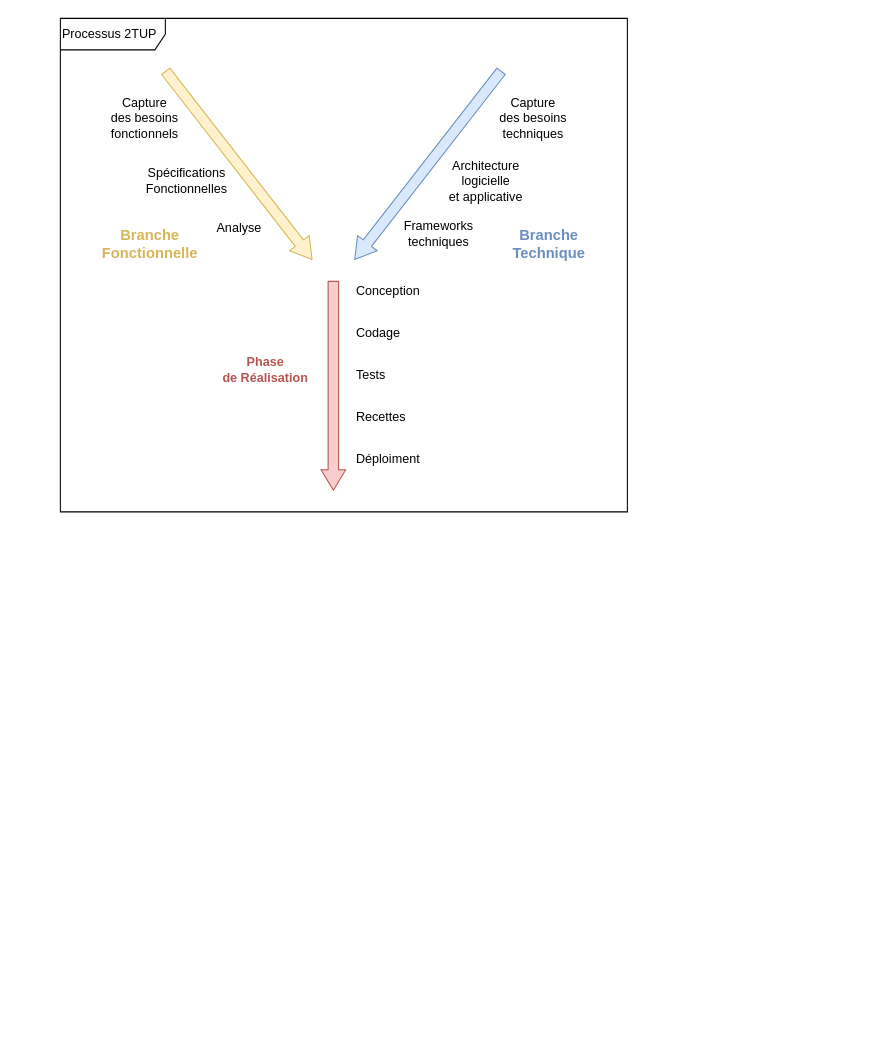
Earlier version of the draw.io diagram page "Page-14" (14 of 14) of Untitled Diagram.drawio (Samet-MohamedAmin/rapport_pfe). Source tidied: cells renumbered, new cells numbered last; positions are measured from the earlier drawing's top-left corner, leaving out a move shared by most shapes. Both pictures are drawn from the tidied source at 105%, with x=0, y=0 at pixel (60, 18).
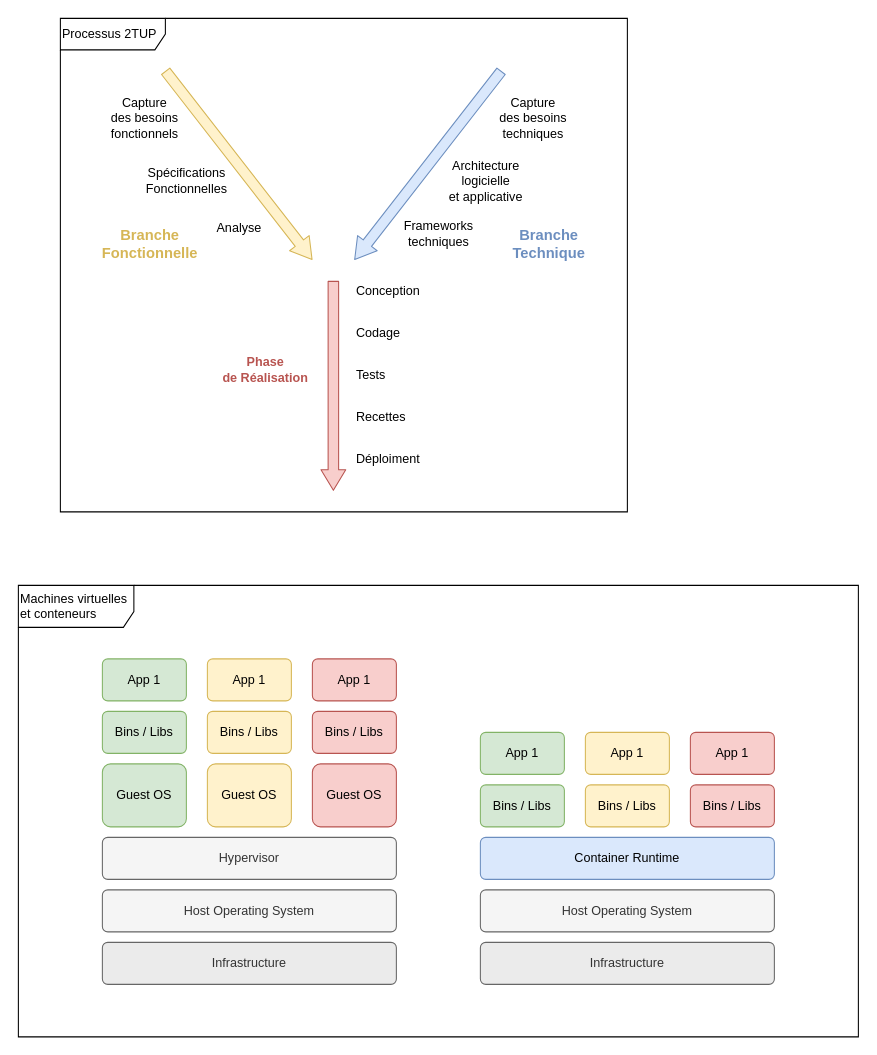
Above is the later version.

What changed in the source:
```diff
@@
+    <mxCell id="20" value="Machines virtuelles et conteneurs" style="shape=umlFrame;whiteSpace=wrap;html=1;align=left;width=110;height=40;" parent="1" vertex="1">
+      <mxGeometry x="-40" y="540" width="800" height="430" as="geometry" />
+    </mxCell>
@@
+    <mxCell id="21" value="&lt;div align=&quot;center&quot;&gt;Infrastructure&lt;/div&gt;" style="rounded=1;whiteSpace=wrap;html=1;align=center;strokeColor=#666666;fontColor=#333333;arcSize=13;fillColor=#EBEBEB;" parent="1" vertex="1">
+      <mxGeometry x="40" y="880" width="280" height="40" as="geometry" />
+    </mxCell>
+    <mxCell id="22" value="Host Operating System" style="rounded=1;whiteSpace=wrap;html=1;align=center;strokeColor=#666666;fontColor=#333333;arcSize=13;fillColor=#f5f5f5;" parent="1" vertex="1">
+      <mxGeometry x="40" y="830" width="280" height="40" as="geometry" />
+    </mxCell>
+    <mxCell id="23" value="Hypervisor" style="rounded=1;whiteSpace=wrap;html=1;align=center;strokeColor=#666666;fontColor=#333333;arcSize=13;fillColor=#f5f5f5;" parent="1" vertex="1">
+      <mxGeometry x="40" y="780" width="280" height="40" as="geometry" />
+    </mxCell>
+    <mxCell id="24" value="Guest OS" style="rounded=1;whiteSpace=wrap;html=1;align=center;strokeColor=#82b366;arcSize=13;fillColor=#d5e8d4;" parent="1" vertex="1">
+      <mxGeometry x="40" y="710" width="80" height="60" as="geometry" />
+    </mxCell>
+    <mxCell id="25" value="Bins / Libs" style="rounded=1;whiteSpace=wrap;html=1;align=center;strokeColor=#82b366;arcSize=13;fillColor=#d5e8d4;" parent="1" vertex="1">
+      <mxGeometry x="40" y="660" width="80" height="40" as="geometry" />
+    </mxCell>
+    <mxCell id="26" value="App 1" style="rounded=1;whiteSpace=wrap;html=1;align=center;strokeColor=#82b366;arcSize=13;fillColor=#d5e8d4;" parent="1" vertex="1">
+      <mxGeometry x="40" y="610" width="80" height="40" as="geometry" />
+    </mxCell>
+    <mxCell id="27" value="Guest OS" style="rounded=1;whiteSpace=wrap;html=1;align=center;strokeColor=#d6b656;arcSize=13;fillColor=#fff2cc;" parent="1" vertex="1">
+      <mxGeometry x="140" y="710" width="80" height="60" as="geometry" />
+    </mxCell>
+    <mxCell id="28" value="Bins / Libs" style="rounded=1;whiteSpace=wrap;html=1;align=center;strokeColor=#d6b656;arcSize=13;fillColor=#fff2cc;" parent="1" vertex="1">
+      <mxGeometry x="140" y="660" width="80" height="40" as="geometry" />
+    </mxCell>
+    <mxCell id="29" value="App 1" style="rounded=1;whiteSpace=wrap;html=1;align=center;strokeColor=#d6b656;arcSize=13;fillColor=#fff2cc;" parent="1" vertex="1">
+      <mxGeometry x="140" y="610" width="80" height="40" as="geometry" />
+    </mxCell>
+    <mxCell id="30" value="Guest OS" style="rounded=1;whiteSpace=wrap;html=1;align=center;strokeColor=#b85450;arcSize=13;fillColor=#f8cecc;" parent="1" vertex="1">
+      <mxGeometry x="240" y="710" width="80" height="60" as="geometry" />
+    </mxCell>
+    <mxCell id="31" value="Bins / Libs" style="rounded=1;whiteSpace=wrap;html=1;align=center;strokeColor=#b85450;arcSize=13;fillColor=#f8cecc;" parent="1" vertex="1">
+      <mxGeometry x="240" y="660" width="80" height="40" as="geometry" />
+    </mxCell>
+    <mxCell id="32" value="App 1" style="rounded=1;whiteSpace=wrap;html=1;align=center;strokeColor=#b85450;arcSize=13;fillColor=#f8cecc;" parent="1" vertex="1">
+      <mxGeometry x="240" y="610" width="80" height="40" as="geometry" />
+    </mxCell>
+    <mxCell id="33" value="&lt;div align=&quot;center&quot;&gt;Infrastructure&lt;/div&gt;" style="rounded=1;whiteSpace=wrap;html=1;align=center;strokeColor=#666666;fontColor=#333333;arcSize=13;fillColor=#EBEBEB;" parent="1" vertex="1">
+      <mxGeometry x="400" y="880" width="280" height="40" as="geometry" />
+    </mxCell>
+    <mxCell id="34" value="Host Operating System" style="rounded=1;whiteSpace=wrap;html=1;align=center;strokeColor=#666666;fontColor=#333333;arcSize=13;fillColor=#f5f5f5;" parent="1" vertex="1">
+      <mxGeometry x="400" y="830" width="280" height="40" as="geometry" />
+    </mxCell>
+    <mxCell id="35" value="Container Runtime" style="rounded=1;whiteSpace=wrap;html=1;align=center;strokeColor=#6c8ebf;arcSize=13;fillColor=#dae8fc;" parent="1" vertex="1">
+      <mxGeometry x="400" y="780" width="280" height="40" as="geometry" />
+    </mxCell>
+    <mxCell id="36" value="Bins / Libs" style="rounded=1;whiteSpace=wrap;html=1;align=center;strokeColor=#82b366;arcSize=13;fillColor=#d5e8d4;" parent="1" vertex="1">
+      <mxGeometry x="400" y="730" width="80" height="40" as="geometry" />
+    </mxCell>
+    <mxCell id="37" value="App 1" style="rounded=1;whiteSpace=wrap;html=1;align=center;strokeColor=#82b366;arcSize=13;fillColor=#d5e8d4;" parent="1" vertex="1">
+      <mxGeometry x="400" y="680" width="80" height="40" as="geometry" />
+    </mxCell>
+    <mxCell id="38" value="Bins / Libs" style="rounded=1;whiteSpace=wrap;html=1;align=center;strokeColor=#d6b656;arcSize=13;fillColor=#fff2cc;" parent="1" vertex="1">
+      <mxGeometry x="500" y="730" width="80" height="40" as="geometry" />
+    </mxCell>
+    <mxCell id="39" value="App 1" style="rounded=1;whiteSpace=wrap;html=1;align=center;strokeColor=#d6b656;arcSize=13;fillColor=#fff2cc;" parent="1" vertex="1">
+      <mxGeometry x="500" y="680" width="80" height="40" as="geometry" />
+    </mxCell>
+    <mxCell id="40" value="Bins / Libs" style="rounded=1;whiteSpace=wrap;html=1;align=center;strokeColor=#b85450;arcSize=13;fillColor=#f8cecc;" parent="1" vertex="1">
+      <mxGeometry x="600" y="730" width="80" height="40" as="geometry" />
+    </mxCell>
+    <mxCell id="41" value="App 1" style="rounded=1;whiteSpace=wrap;html=1;align=center;strokeColor=#b85450;arcSize=13;fillColor=#f8cecc;" parent="1" vertex="1">
+      <mxGeometry x="600" y="680" width="80" height="40" as="geometry" />
+    </mxCell>
```
